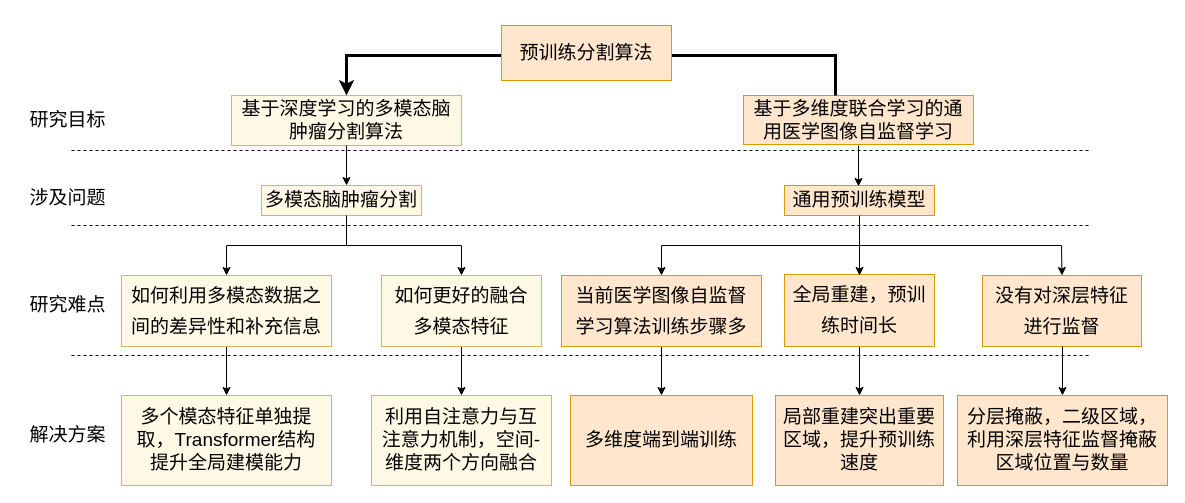
920232796/test keeps this draw.io diagram as Untitled Diagram.drawio. Above is the earlier version. Source tidied: cells renumbered, new cells numbered last; positions are measured from the earlier drawing's top-left corner, leaving out a move shared by most shapes. Both pictures are drawn from the tidied source at 100%, with x=0, y=0 at pixel (17, 25).
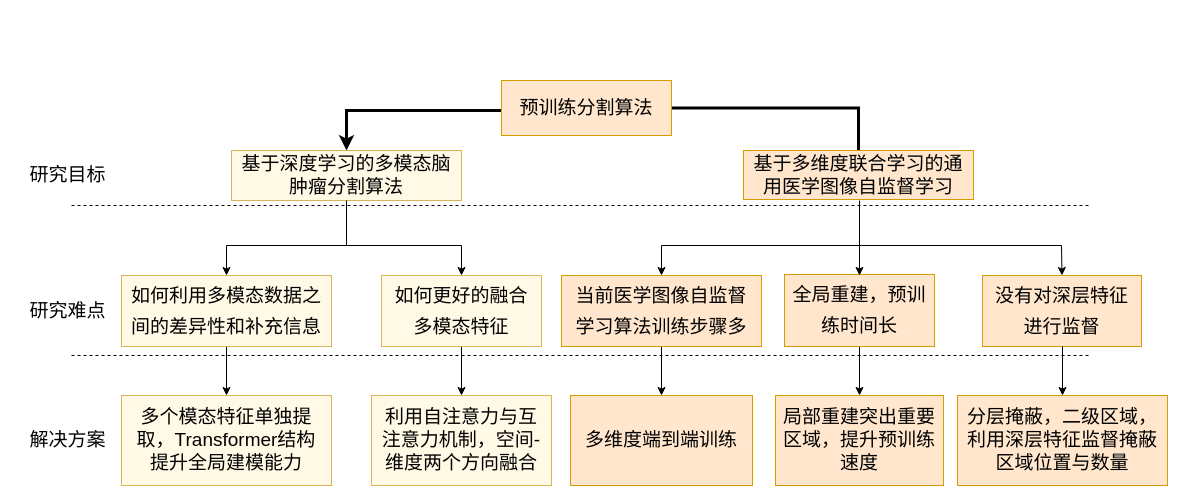
Above is the later version.

The change refers to these unchanged cells:
```xml
<mxCell id="17" value="&lt;span style=&quot;line-height: 1.6; font-size: 19px;&quot;&gt;当前医学图像自监督学习算法训练步骤多&lt;/span&gt;" style="rounded=0;whiteSpace=wrap;html=1;spacingTop=0;spacing=9;fontSize=19;fontStyle=0;fillColor=#ffe6cc;strokeColor=#d79b00;" parent="1" vertex="1">
  <mxGeometry x="544" y="250" width="200" height="71" as="geometry" />
</mxCell>
```

Diff of the diagram source:
```diff
@@
     <mxCell id="2" value="&lt;span style=&quot;font-size: 19px;&quot;&gt;基于深度学习的多模态脑肿瘤分割算法&lt;/span&gt;" style="rounded=0;whiteSpace=wrap;html=1;fontSize=19;spacing=3;fillColor=#fff9e6;strokeColor=#d6b656;fontStyle=0;" parent="1" vertex="1">
-      <mxGeometry x="214" y="70" width="230" height="50" as="geometry" />
+      <mxGeometry x="214" y="125" width="230" height="50" as="geometry" />
     </mxCell>
     <mxCell id="3" style="edgeStyle=orthogonalEdgeStyle;rounded=0;jettySize=auto;html=1;entryX=0.5;entryY=0;entryDx=0;entryDy=0;fontSize=19;strokeWidth=3;fontStyle=0;" parent="1" edge="1" source="35" target="2">
       <mxGeometry relative="1" as="geometry">
         <Array as="points">
-          <mxPoint x="329" y="30" />
+          <mxPoint x="329" y="85" />
         </Array>
       </mxGeometry>
     </mxCell>
+    <mxCell id="34" style="edgeStyle=orthogonalEdgeStyle;rounded=0;jettySize=auto;html=1;entryX=1;entryY=0.5;entryDx=0;entryDy=0;exitX=0.5;exitY=0;exitDx=0;exitDy=0;strokeWidth=3;endArrow=none;endFill=0;" parent="1" edge="1" source="4" target="35">
+      <mxGeometry relative="1" as="geometry" />
+    </mxCell>
     <mxCell id="4" value="&lt;span style=&quot;font-size: 19px;&quot;&gt;基于多维度联合学习的通用医学图像自监督学习&lt;/span&gt;" style="rounded=0;whiteSpace=wrap;html=1;fontSize=19;spacing=3;fillColor=#ffe6cc;strokeColor=#d79b00;fontStyle=0;" parent="1" vertex="1">
-      <mxGeometry x="726" y="70" width="230" height="49" as="geometry" />
+      <mxGeometry x="726" y="125" width="230" height="49" as="geometry" />
     </mxCell>
-    <mxCell id="5" style="endArrow=classic;html=1;rounded=0;fontSize=19;fontStyle=0;" parent="1" edge="1">
-      <mxGeometry relative="1" as="geometry">
-        <mxPoint x="329" y="120" as="sourcePoint" />
-        <mxPoint x="329" y="160" as="targetPoint" />
-      </mxGeometry>
-    </mxCell>
-    <mxCell id="6" value="&lt;span style=&quot;font-size: 19px;&quot;&gt;多模态脑肿瘤分割&lt;/span&gt;" style="rounded=0;whiteSpace=wrap;html=1;fontSize=19;fontStyle=0;fillColor=#fff9e6;strokeColor=#d6b656;" parent="1" vertex="1">
-      <mxGeometry x="244" y="160" width="160" height="30" as="geometry" />
-    </mxCell>
-    <mxCell id="7" value="&lt;span style=&quot;font-size: 19px;&quot;&gt;通用预训练模型&lt;/span&gt;" style="rounded=0;whiteSpace=wrap;html=1;fontSize=19;fontStyle=0;fillColor=#ffe6cc;strokeColor=#d79b00;" parent="1" vertex="1">
-      <mxGeometry x="767" y="160" width="150" height="30" as="geometry" />
-    </mxCell>
-    <mxCell id="8" style="endArrow=classic;html=1;rounded=0;fontSize=19;fontStyle=0;" parent="1" edge="1">
-      <mxGeometry relative="1" as="geometry">
-        <mxPoint x="841" y="120" as="sourcePoint" />
-        <mxPoint x="841" y="161" as="targetPoint" />
-      </mxGeometry>
-    </mxCell>
     <mxCell id="9" style="endArrow=classic;html=1;rounded=0;fontSize=19;entryX=0.5;entryY=0;entryDx=0;entryDy=0;fontStyle=0;" parent="1" edge="1">
       <mxGeometry relative="1" as="geometry">
-        <mxPoint x="329" y="190" as="sourcePoint" />
+        <mxPoint x="329" y="175" as="sourcePoint" />
         <mxPoint x="209" y="250" as="targetPoint" />
         <Array as="points">
           <mxPoint x="329" y="220" />
           <mxPoint x="209" y="220" />
         </Array>
       </mxGeometry>
     </mxCell>
@@
     <mxCell id="15" style="endArrow=classic;html=1;rounded=0;fontSize=19;entryX=0.5;entryY=0;entryDx=0;entryDy=0;fontStyle=0;" parent="1" edge="1" target="17">
       <mxGeometry relative="1" as="geometry">
-        <mxPoint x="842" y="190" as="sourcePoint" />
+        <mxPoint x="842" y="175" as="sourcePoint" />
         <Array as="points">
           <mxPoint x="842" y="220" />
           <mxPoint x="644" y="220" />
         </Array>
       </mxGeometry>
     </mxCell>
@@
     <mxCell id="26" style="endArrow=none;dashed=1;html=1;rounded=0;fontSize=13;fontColor=none;fontStyle=0;" parent="1" edge="1">
       <mxGeometry relative="1" as="geometry">
-        <mxPoint x="54" y="125" as="sourcePoint" />
-        <mxPoint x="1074" y="125" as="targetPoint" />
+        <mxPoint x="54" y="180" as="sourcePoint" />
+        <mxPoint x="1074" y="180" as="targetPoint" />
       </mxGeometry>
     </mxCell>
-    <mxCell id="27" style="endArrow=none;dashed=1;html=1;rounded=0;fontSize=13;fontColor=none;fontStyle=0;" parent="1" edge="1">
-      <mxGeometry relative="1" as="geometry">
-        <mxPoint x="54" y="200" as="sourcePoint" />
-        <mxPoint x="1074" y="200" as="targetPoint" />
-      </mxGeometry>
-    </mxCell>
@@
     <mxCell id="29" value="&lt;font style=&quot;font-size: 19px;&quot;&gt;研究目标&lt;/font&gt;" style="text;html=1;align=center;verticalAlign=middle;strokeColor=none;fillColor=none;fontSize=19;fontColor=none;fontStyle=0;" parent="1" vertex="1">
-      <mxGeometry y="75" width="100" height="40" as="geometry" />
+      <mxGeometry y="130" width="100" height="40" as="geometry" />
     </mxCell>
-    <mxCell id="30" value="&lt;font style=&quot;font-size: 19px;&quot;&gt;涉及问题&lt;/font&gt;" style="text;html=1;align=center;verticalAlign=middle;strokeColor=none;fillColor=none;fontSize=19;fontColor=none;fontStyle=0;" parent="1" vertex="1">
-      <mxGeometry y="153" width="100" height="40" as="geometry" />
-    </mxCell>
     <mxCell id="31" value="&lt;font style=&quot;font-size: 19px;&quot;&gt;研究难点&lt;/font&gt;" style="text;html=1;align=center;verticalAlign=middle;strokeColor=none;fillColor=none;fontSize=19;fontColor=none;fontStyle=0;" parent="1" vertex="1">
-      <mxGeometry y="260" width="100" height="40" as="geometry" />
+      <mxGeometry y="265.5" width="100" height="40" as="geometry" />
     </mxCell>
     <mxCell id="32" value="&lt;font style=&quot;font-size: 19px;&quot;&gt;解决方案&lt;/font&gt;" style="text;html=1;align=center;verticalAlign=middle;strokeColor=none;fillColor=none;fontSize=19;fontColor=none;fontStyle=0;" parent="1" vertex="1">
-      <mxGeometry y="390" width="100" height="40" as="geometry" />
+      <mxGeometry y="395" width="100" height="40" as="geometry" />
     </mxCell>
@@
-    <mxCell id="34" style="edgeStyle=orthogonalEdgeStyle;rounded=0;jettySize=auto;html=1;entryX=0.5;entryY=0;entryDx=0;entryDy=0;fontSize=19;strokeWidth=3;fontStyle=0;" parent="1" edge="1" source="4" target="35">
-      <mxGeometry relative="1" as="geometry">
-        <Array as="points">
-          <mxPoint x="818" y="30" />
-        </Array>
-      </mxGeometry>
-    </mxCell>
     <mxCell id="35" value="&lt;span style=&quot;font-size: 19px;&quot;&gt;预训练分割算法&lt;/span&gt;" style="rounded=0;whiteSpace=wrap;html=1;fontSize=19;fillColor=#ffe6cc;fontStyle=0;strokeColor=#d79b00;" parent="1" vertex="1">
-      <mxGeometry x="484" width="170" height="55" as="geometry" />
+      <mxGeometry x="484" y="55" width="170" height="55" as="geometry" />
     </mxCell>
```
